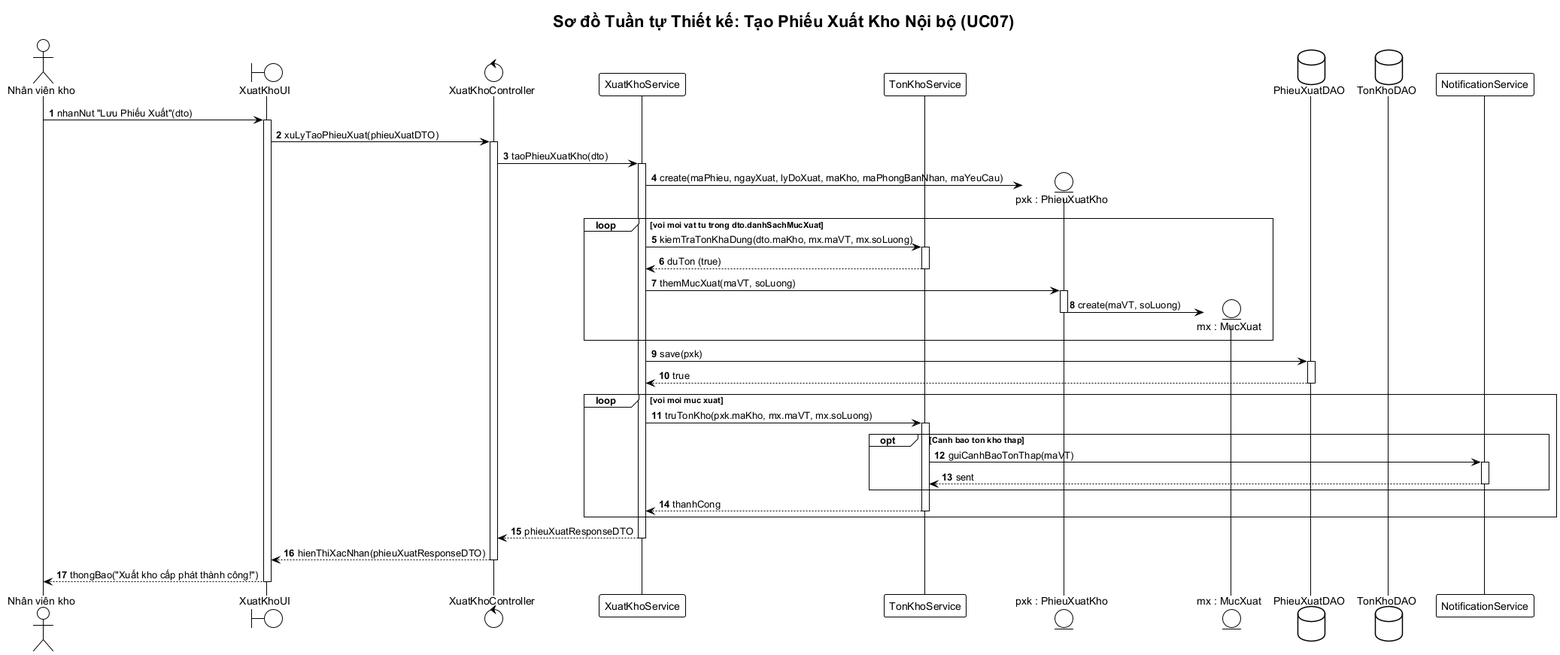
The PlantUML diagram BTL-QuanLyKhoHang/diagrams/sequence-xuat-kho.png in vuhoabinh2416137/G8_Quanlysanphamvakhohang, before a commit.
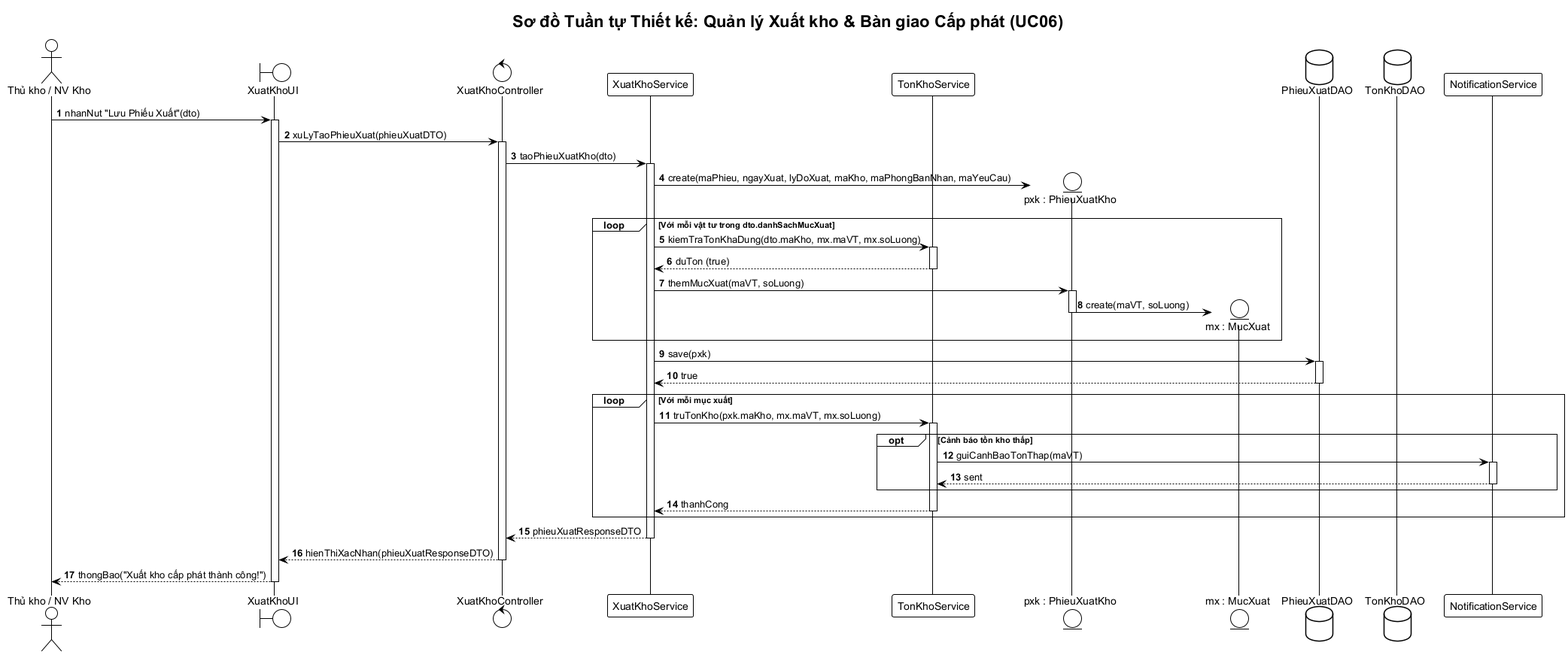
The same file after the commit.

Change to the diagram source:
```diff
@@ -4,9 +4,9 @@
 skinparam responseMessageBelowArrow true
 skinparam defaultFontName "Arial"
 
-title Sơ đồ Tuần tự Thiết kế: Tạo Phiếu Xuất Kho Nội bộ (UC07)
+title Sơ đồ Tuần tự Thiết kế: Quản lý Xuất kho & Bàn giao Cấp phát (UC06)
 
-actor "Nhân viên kho" as NV
+actor "Thủ kho / NV Kho" as NV
 boundary "XuatKhoUI" as UI
 control "XuatKhoController" as Ctrl
 participant "XuatKhoService" as Service
@@ -27,7 +27,7 @@
 
 Service -> PXK**: create(maPhieu, ngayXuat, lyDoXuat, maKho, maPhongBanNhan, maYeuCau)
 
-loop voi moi vat tu trong dto.danhSachMucXuat
+loop Với mỗi vật tư trong dto.danhSachMucXuat
     Service -> TKService: kiemTraTonKhaDung(dto.maKho, mx.maVT, mx.soLuong)
     activate TKService
     TKService --> Service: duTon (true)
@@ -44,10 +44,10 @@
 PXDAO --> Service: true
 deactivate PXDAO
 
-loop voi moi muc xuat
+loop Với mỗi mục xuất
     Service -> TKService: truTonKho(pxk.maKho, mx.maVT, mx.soLuong)
     activate TKService
-    opt Canh bao ton kho thap
+    opt Cảnh báo tồn kho thấp
         TKService -> NotifService: guiCanhBaoTonThap(maVT)
         activate NotifService
         NotifService --> TKService: sent
```
